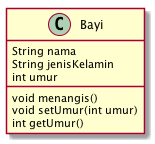
The PlantUML diagram pbo/jobsheet/images/02/class.png in dhanifudin/nguliah, before a commit.
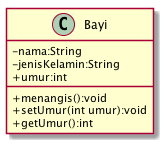
Later version of the same file.

The edit, as a diff of the source:
```diff
@@ -1,10 +1,11 @@
 @startuml
+skinparam classAttributeIconSize 0
 class Bayi {
-  String nama
-  String jenisKelamin
-  int umur
-  void menangis()
-  void setUmur(int umur)
-  int getUmur()
+  -nama:String
+  -jenisKelamin:String
+  +umur:int
+  +menangis():void
+  +setUmur(int umur):void
+  +getUmur():int
 }
 @enduml
```
